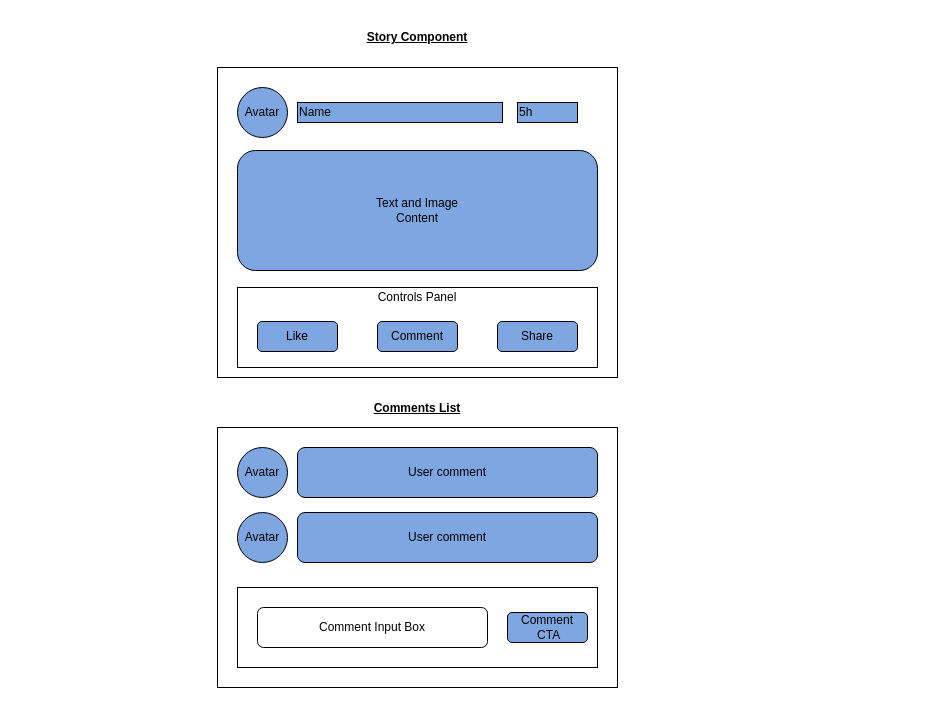
Earlier version of the draw.io diagram fb/Untitled Diagram.drawio (aribhatt91/Front-End-Design). Source tidied: cells renumbered, new cells numbered last; positions are measured from the earlier drawing's top-left corner, leaving out a move shared by most shapes. Both pictures are drawn from the tidied source at 100%, with x=0, y=0 at pixel (217, 27).
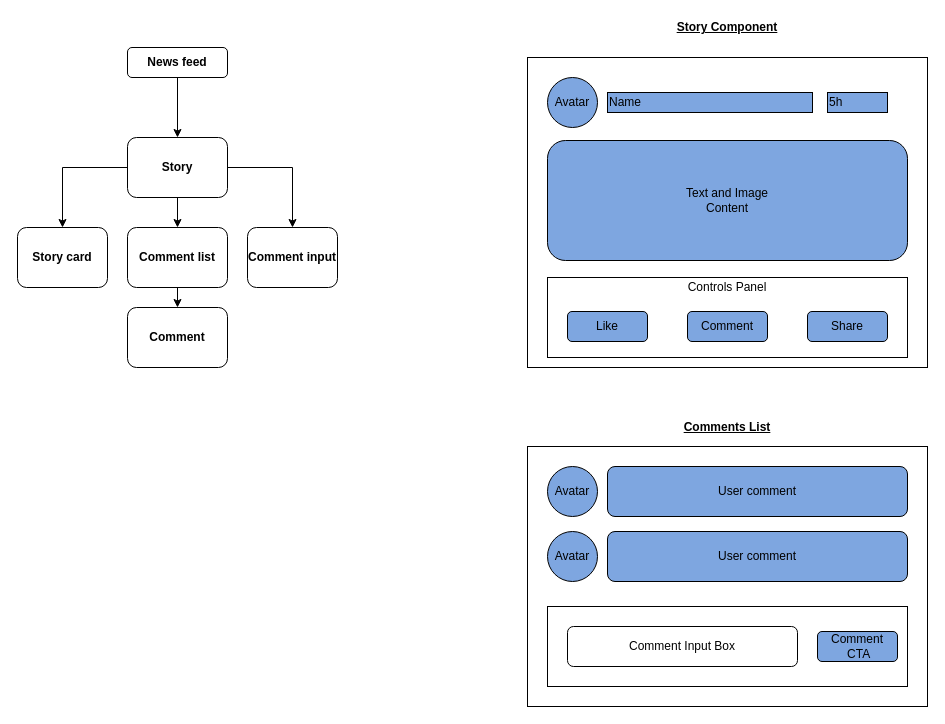
The same page after the edit.

Commit message:
High level component flow

Diff of the diagram source:
```diff
@@
     <mxCell id="2" style="group;" parent="1" vertex="1">
-      <mxGeometry width="400" height="350" as="geometry" />
+      <mxGeometry x="310" y="-10" width="400" height="350" as="geometry" />
     </mxCell>
+    <mxCell id="26" style="group;" parent="2" vertex="1">
+      <mxGeometry width="400" height="350" as="geometry" />
+    </mxCell>
-    <mxCell id="3" style="rounded=0;whiteSpace=wrap;html=1;" parent="2" vertex="1">
+    <mxCell id="3" style="rounded=0;whiteSpace=wrap;html=1;" parent="26" vertex="1">
       <mxGeometry y="40" width="400" height="310" as="geometry" />
     </mxCell>
-    <mxCell id="4" value="&lt;u&gt;&lt;b&gt;Story Component&lt;/b&gt;&lt;/u&gt;" style="text;html=1;strokeColor=none;fillColor=none;align=center;verticalAlign=middle;whiteSpace=wrap;rounded=0;" parent="2" vertex="1">
+    <mxCell id="4" value="&lt;u&gt;&lt;b&gt;Story Component&lt;/b&gt;&lt;/u&gt;" style="text;html=1;strokeColor=none;fillColor=none;align=center;verticalAlign=middle;whiteSpace=wrap;rounded=0;" parent="26" vertex="1">
       <mxGeometry x="130" width="140" height="20" as="geometry" />
     </mxCell>
-    <mxCell id="5" value="Avatar" style="ellipse;whiteSpace=wrap;html=1;fillColor=#7EA6E0;" parent="2" vertex="1">
+    <mxCell id="5" value="Avatar" style="ellipse;whiteSpace=wrap;html=1;fillColor=#7EA6E0;" parent="26" vertex="1">
       <mxGeometry x="20" y="60" width="50" height="50" as="geometry" />
     </mxCell>
-    <mxCell id="6" value="5h" style="rounded=0;whiteSpace=wrap;html=1;fillColor=#7EA6E0;align=left;" parent="2" vertex="1">
+    <mxCell id="6" value="5h" style="rounded=0;whiteSpace=wrap;html=1;fillColor=#7EA6E0;align=left;" parent="26" vertex="1">
       <mxGeometry x="300" y="75" width="60" height="20" as="geometry" />
     </mxCell>
-    <mxCell id="7" value="&lt;div align=&quot;left&quot;&gt;Name&lt;/div&gt;" style="rounded=0;whiteSpace=wrap;html=1;fillColor=#7EA6E0;align=left;" parent="2" vertex="1">
+    <mxCell id="7" value="&lt;div align=&quot;left&quot;&gt;Name&lt;/div&gt;" style="rounded=0;whiteSpace=wrap;html=1;fillColor=#7EA6E0;align=left;" parent="26" vertex="1">
       <mxGeometry x="80" y="75" width="205" height="20" as="geometry" />
     </mxCell>
-    <mxCell id="8" value="&lt;div&gt;Text and Image &lt;br&gt;&lt;/div&gt;&lt;div&gt;Content&lt;/div&gt;" style="rounded=1;whiteSpace=wrap;html=1;fillColor=#7EA6E0;" parent="2" vertex="1">
+    <mxCell id="8" value="&lt;div&gt;Text and Image &lt;br&gt;&lt;/div&gt;&lt;div&gt;Content&lt;/div&gt;" style="rounded=1;whiteSpace=wrap;html=1;fillColor=#7EA6E0;" parent="26" vertex="1">
       <mxGeometry x="20" y="123" width="360" height="120" as="geometry" />
     </mxCell>
-    <mxCell id="9" style="rounded=0;whiteSpace=wrap;html=1;fillColor=#FFFFFF;" parent="2" vertex="1">
+    <mxCell id="9" style="rounded=0;whiteSpace=wrap;html=1;fillColor=#FFFFFF;" parent="26" vertex="1">
       <mxGeometry x="20" y="260" width="360" height="80" as="geometry" />
     </mxCell>
-    <mxCell id="10" value="Like" style="rounded=1;whiteSpace=wrap;html=1;fillColor=#7EA6E0;" parent="2" vertex="1">
+    <mxCell id="10" value="Like" style="rounded=1;whiteSpace=wrap;html=1;fillColor=#7EA6E0;" parent="26" vertex="1">
       <mxGeometry x="40" y="294" width="80" height="30" as="geometry" />
     </mxCell>
-    <mxCell id="11" value="&lt;div&gt;Comment&lt;/div&gt;" style="rounded=1;whiteSpace=wrap;html=1;fillColor=#7EA6E0;" parent="2" vertex="1">
+    <mxCell id="11" value="&lt;div&gt;Comment&lt;/div&gt;" style="rounded=1;whiteSpace=wrap;html=1;fillColor=#7EA6E0;" parent="26" vertex="1">
       <mxGeometry x="160" y="294" width="80" height="30" as="geometry" />
     </mxCell>
-    <mxCell id="12" value="Share" style="rounded=1;whiteSpace=wrap;html=1;fillColor=#7EA6E0;" parent="2" vertex="1">
+    <mxCell id="12" value="Share" style="rounded=1;whiteSpace=wrap;html=1;fillColor=#7EA6E0;" parent="26" vertex="1">
       <mxGeometry x="280" y="294" width="80" height="30" as="geometry" />
     </mxCell>
-    <mxCell id="13" value="Controls Panel" style="text;html=1;strokeColor=none;fillColor=none;align=center;verticalAlign=middle;whiteSpace=wrap;rounded=0;" parent="2" vertex="1">
+    <mxCell id="13" value="Controls Panel" style="text;html=1;strokeColor=none;fillColor=none;align=center;verticalAlign=middle;whiteSpace=wrap;rounded=0;" parent="26" vertex="1">
       <mxGeometry x="150" y="260" width="100" height="20" as="geometry" />
     </mxCell>
     <mxCell id="14" style="group;" parent="1" vertex="1">
-      <mxGeometry y="371" width="400" height="289" as="geometry" />
+      <mxGeometry x="310" y="390" width="400" height="289" as="geometry" />
     </mxCell>
@@
+    <mxCell id="27" style="group;" parent="1" vertex="1">
+      <mxGeometry x="-200" y="20" width="320" height="320" as="geometry" />
+    </mxCell>
+    <mxCell id="28" value="&lt;b&gt;News feed&lt;/b&gt;" style="rounded=1;whiteSpace=wrap;html=1;fillColor=#FFFFFF;" parent="27" vertex="1">
+      <mxGeometry x="110" width="100" height="30" as="geometry" />
+    </mxCell>
+    <mxCell id="29" value="&lt;div&gt;&lt;b&gt;Story&lt;/b&gt;&lt;/div&gt;" style="rounded=1;whiteSpace=wrap;html=1;fillColor=#FFFFFF;" parent="27" vertex="1">
+      <mxGeometry x="110" y="90" width="100" height="60" as="geometry" />
+    </mxCell>
+    <mxCell id="30" style="edgeStyle=orthogonalEdgeStyle;rounded=0;jettySize=auto;html=1;exitX=0.5;exitY=1;exitDx=0;exitDy=0;" parent="27" edge="1" source="28" target="29">
+      <mxGeometry relative="1" as="geometry" />
+    </mxCell>
+    <mxCell id="31" value="Comment list" style="rounded=1;whiteSpace=wrap;html=1;fillColor=#FFFFFF;fontStyle=1;" parent="27" vertex="1">
+      <mxGeometry x="110" y="180" width="100" height="60" as="geometry" />
+    </mxCell>
+    <mxCell id="32" style="edgeStyle=orthogonalEdgeStyle;rounded=0;jettySize=auto;html=1;exitX=0.5;exitY=1;exitDx=0;exitDy=0;entryX=0.5;entryY=0;entryDx=0;entryDy=0;" parent="27" edge="1" source="29" target="31">
+      <mxGeometry relative="1" as="geometry" />
+    </mxCell>
+    <mxCell id="33" value="&lt;div&gt;Comment&lt;/div&gt;" style="rounded=1;whiteSpace=wrap;html=1;fillColor=#FFFFFF;fontStyle=1;" parent="27" vertex="1">
+      <mxGeometry x="110" y="260" width="100" height="60" as="geometry" />
+    </mxCell>
+    <mxCell id="34" style="edgeStyle=orthogonalEdgeStyle;rounded=0;jettySize=auto;html=1;exitX=0.5;exitY=1;exitDx=0;exitDy=0;entryX=0.5;entryY=0;entryDx=0;entryDy=0;" parent="27" edge="1" source="31" target="33">
+      <mxGeometry relative="1" as="geometry" />
+    </mxCell>
+    <mxCell id="35" value="Comment input" style="rounded=1;whiteSpace=wrap;html=1;fillColor=#FFFFFF;fontStyle=1;" parent="27" vertex="1">
+      <mxGeometry x="230" y="180" width="90" height="60" as="geometry" />
+    </mxCell>
+    <mxCell id="36" style="edgeStyle=orthogonalEdgeStyle;rounded=0;jettySize=auto;html=1;exitX=1;exitY=0.5;exitDx=0;exitDy=0;entryX=0.5;entryY=0;entryDx=0;entryDy=0;" parent="27" edge="1" source="29" target="35">
+      <mxGeometry relative="1" as="geometry" />
+    </mxCell>
+    <mxCell id="37" value="Story card" style="rounded=1;whiteSpace=wrap;html=1;fillColor=#FFFFFF;fontStyle=1;" parent="27" vertex="1">
+      <mxGeometry y="180" width="90" height="60" as="geometry" />
+    </mxCell>
+    <mxCell id="38" style="edgeStyle=orthogonalEdgeStyle;rounded=0;jettySize=auto;html=1;exitX=0;exitY=0.5;exitDx=0;exitDy=0;entryX=0.5;entryY=0;entryDx=0;entryDy=0;" parent="27" edge="1" source="29" target="37">
+      <mxGeometry relative="1" as="geometry" />
+    </mxCell>
```
